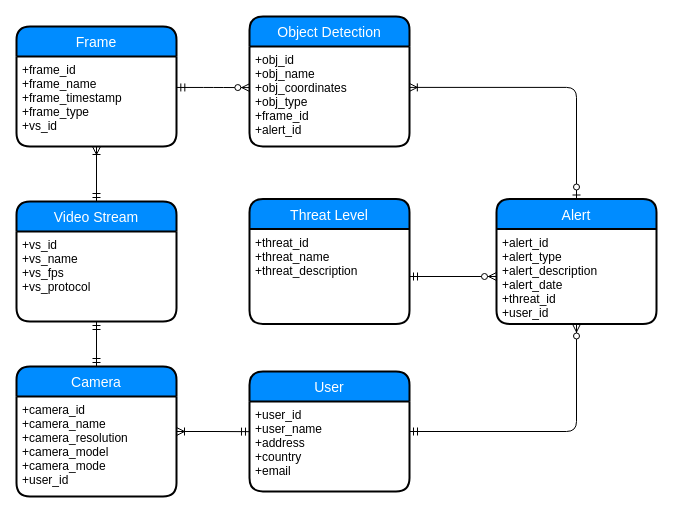
Before: 2. Analysis/5. System Analysis/Database/Database_Anallysis.drawio in esrg-silent-howl/argos, a draw.io diagram. Source tidied: cells renumbered, new cells numbered last; positions are measured from the earlier drawing's top-left corner, leaving out a move shared by most shapes. Both pictures are drawn from the tidied source at 100%, with x=0, y=0 at pixel (16, 16).
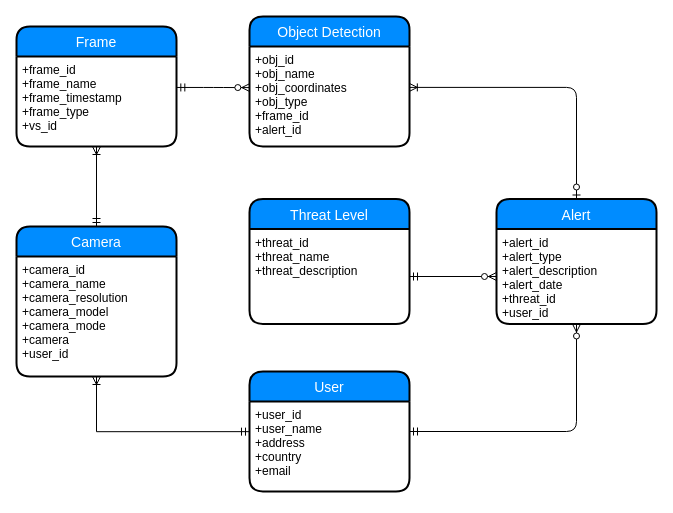
The same diagram, later.

Commit message (it also covers changes not shown here):
FIX: database folder fix

Unchanged cells that the change refers to:
```xml
<mxCell id="9" value="+frame_id&#10;+frame_name&#10;+frame_timestamp&#10;+frame_type&#10;+vs_id" style="align=left;strokeColor=none;fillColor=none;spacingLeft=4;fontSize=12;verticalAlign=top;" parent="8" vertex="1">
  <mxGeometry y="30" width="160" height="90" as="geometry" />
</mxCell>
<mxCell id="12" value="+user_id&#10;+user_name&#10;+address&#10;+country&#10;+email" style="align=left;strokeColor=none;fillColor=none;spacingLeft=4;fontSize=12;verticalAlign=top;" parent="11" vertex="1">
  <mxGeometry y="30" width="160" height="90" as="geometry" />
</mxCell>
```

What changed in the source:
```diff
@@
-    <mxCell id="4" style="edgeStyle=orthogonalEdgeStyle;rounded=0;jettySize=auto;html=1;exitX=1;exitY=0.5;exitDx=0;exitDy=0;entryX=0;entryY=0.335;entryDx=0;entryDy=0;entryPerimeter=0;startArrow=ERoneToMany;startFill=0;endArrow=ERmandOne;endFill=0;" parent="1" edge="1" source="5" target="12">
-      <mxGeometry relative="1" as="geometry" />
-    </mxCell>
+    <mxCell id="23" style="edgeStyle=orthogonalEdgeStyle;rounded=0;jettySize=auto;html=1;exitX=0.5;exitY=1;exitDx=0;exitDy=0;entryX=0;entryY=0.335;entryDx=0;entryDy=0;entryPerimeter=0;startArrow=ERoneToMany;startFill=0;endArrow=ERmandOne;endFill=0;" parent="1" edge="1" source="24" target="12">
+      <mxGeometry relative="1" as="geometry">
+        <Array as="points">
+          <mxPoint x="80" y="415" />
+        </Array>
+      </mxGeometry>
+    </mxCell>
     <mxCell id="5" value="Camera" style="swimlane;horizontal=1;startSize=30;fillColor=#008cff;fontColor=#FFFFFF;rounded=1;fontSize=14;fontStyle=0;strokeWidth=2;shadow=0;dashed=0;align=center;" parent="1" vertex="1">
-      <mxGeometry y="350" width="160" height="130" as="geometry" />
+      <mxGeometry y="210" width="160" height="150" as="geometry" />
     </mxCell>
-    <mxCell id="6" value="+camera_id&#10;+camera_name&#10;+camera_resolution&#10;+camera_model&#10;+camera_mode&#10;+user_id" style="align=left;strokeColor=none;fillColor=none;spacingLeft=4;fontSize=12;verticalAlign=top;" parent="5" vertex="1">
-      <mxGeometry y="30" width="160" height="100" as="geometry" />
-    </mxCell>
+    <mxCell id="24" value="+camera_id&#10;+camera_name&#10;+camera_resolution&#10;+camera_model&#10;+camera_mode&#10;+camera&#10;+user_id" style="align=left;strokeColor=none;fillColor=none;spacingLeft=4;fontSize=12;verticalAlign=top;" parent="5" vertex="1">
+      <mxGeometry y="30" width="160" height="120" as="geometry" />
+    </mxCell>
@@
-    <mxCell id="18" style="edgeStyle=orthogonalEdgeStyle;rounded=0;jettySize=auto;html=1;exitX=0.5;exitY=0;exitDx=0;exitDy=0;entryX=0.5;entryY=1;entryDx=0;entryDy=0;startArrow=ERmandOne;startFill=0;endArrow=ERoneToMany;endFill=0;" parent="1" edge="1" source="19" target="9">
-      <mxGeometry relative="1" as="geometry" />
-    </mxCell>
-    <mxCell id="19" value="Video Stream" style="swimlane;horizontal=1;startSize=30;fillColor=#008cff;fontColor=#FFFFFF;rounded=1;fontSize=14;fontStyle=0;strokeWidth=2;shadow=0;dashed=0;align=center;" parent="1" vertex="1">
-      <mxGeometry y="185" width="160" height="120" as="geometry" />
-    </mxCell>
-    <mxCell id="20" value="+vs_id&#10;+vs_name&#10;+vs_fps&#10;+vs_protocol" style="align=left;strokeColor=none;fillColor=none;spacingLeft=4;fontSize=12;verticalAlign=top;" parent="19" vertex="1">
-      <mxGeometry y="30" width="160" height="90" as="geometry" />
-    </mxCell>
-    <mxCell id="21" style="edgeStyle=orthogonalEdgeStyle;rounded=0;jettySize=auto;html=1;exitX=0.5;exitY=1;exitDx=0;exitDy=0;entryX=0.5;entryY=0;entryDx=0;entryDy=0;startArrow=ERmandOne;startFill=0;endArrow=ERmandOne;endFill=0;" parent="1" edge="1" source="20" target="5">
-      <mxGeometry relative="1" as="geometry" />
-    </mxCell>
+    <mxCell id="25" style="edgeStyle=orthogonalEdgeStyle;rounded=0;jettySize=auto;html=1;exitX=0.5;exitY=0;exitDx=0;exitDy=0;entryX=0.5;entryY=1;entryDx=0;entryDy=0;startArrow=ERmandOne;startFill=0;endArrow=ERoneToMany;endFill=0;" parent="1" edge="1" source="5" target="9">
+      <mxGeometry relative="1" as="geometry" />
+    </mxCell>
```
